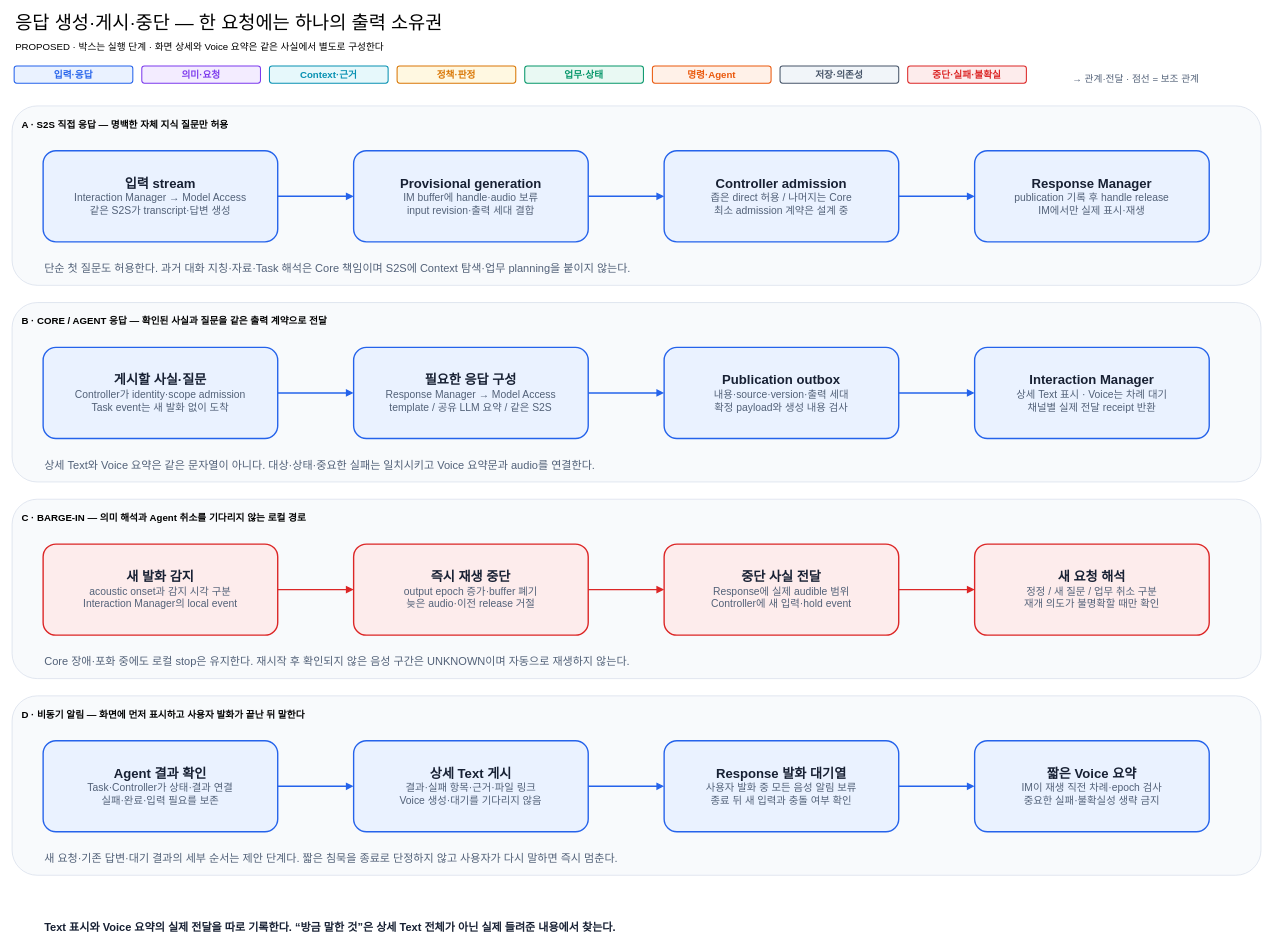
The draw.io diagram docs/architecture/12-decisions/target-architecture/diagrams/08-response-and-interruption.drawio in cbyche/via-sw-architecture, before the edit. Source tidied: cells renumbered, new cells numbered last; positions are measured from the earlier drawing's top-left corner, leaving out a move shared by most shapes. Both pictures are drawn from the tidied source at 69%, with x=0, y=0 at pixel (12, 12).
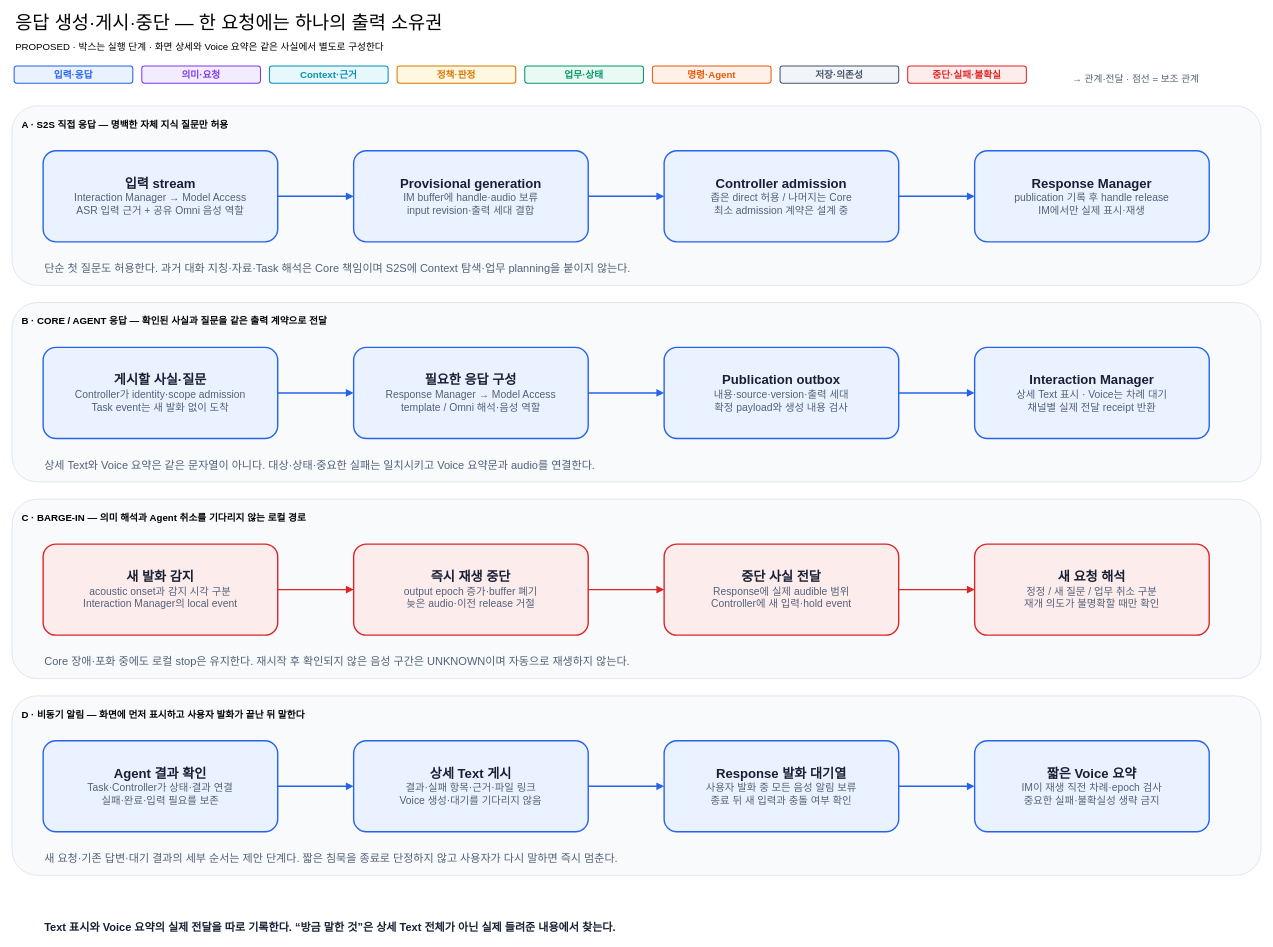
Above is the later version.

Diff of the diagram source:
```diff
@@
-    <mxCell id="6" value="&lt;div style='font-size:19px;font-weight:bold'&gt;입력 stream&lt;/div&gt;&lt;div style='font-size:15px;color:#526178'&gt;Interaction Manager → Model Access&lt;/div&gt;&lt;div style='font-size:15px;color:#526178'&gt;같은 S2S가 transcript·답변 생성&lt;/div&gt;" style="shape=rectangle;rounded=1;whiteSpace=wrap;html=1;fillColor=#EAF2FF;strokeColor=#2563EB;strokeWidth=2;fontColor=#172033;dashed=0;arcSize=14;spacing=10;" parent="1" vertex="1">
+    <mxCell id="6" value="&lt;div style='font-size:19px;font-weight:bold'&gt;입력 stream&lt;/div&gt;&lt;div style='font-size:15px;color:#526178'&gt;Interaction Manager → Model Access&lt;/div&gt;&lt;div style='font-size:15px;color:#526178'&gt;ASR 입력 근거 + 공유 Omni 음성 역할&lt;/div&gt;" style="shape=rectangle;rounded=1;whiteSpace=wrap;html=1;fillColor=#EAF2FF;strokeColor=#2563EB;strokeWidth=2;fontColor=#172033;dashed=0;arcSize=14;spacing=10;" parent="1" vertex="1">
       <mxGeometry x="45" y="200" width="340" height="132" as="geometry" />
     </mxCell>
@@
-    <mxCell id="11" value="&lt;div style='font-size:19px;font-weight:bold'&gt;필요한 응답 구성&lt;/div&gt;&lt;div style='font-size:15px;color:#526178'&gt;Response Manager → Model Access&lt;/div&gt;&lt;div style='font-size:15px;color:#526178'&gt;template / 공유 LLM 요약 / 같은 S2S&lt;/div&gt;" style="shape=rectangle;rounded=1;whiteSpace=wrap;html=1;fillColor=#EAF2FF;strokeColor=#2563EB;strokeWidth=2;fontColor=#172033;dashed=0;arcSize=14;spacing=10;" parent="1" vertex="1">
+    <mxCell id="11" value="&lt;div style='font-size:19px;font-weight:bold'&gt;필요한 응답 구성&lt;/div&gt;&lt;div style='font-size:15px;color:#526178'&gt;Response Manager → Model Access&lt;/div&gt;&lt;div style='font-size:15px;color:#526178'&gt;template / Omni 해석·음성 역할&lt;/div&gt;" style="shape=rectangle;rounded=1;whiteSpace=wrap;html=1;fillColor=#EAF2FF;strokeColor=#2563EB;strokeWidth=2;fontColor=#172033;dashed=0;arcSize=14;spacing=10;" parent="1" vertex="1">
       <mxGeometry x="495" y="485" width="340" height="132" as="geometry" />
     </mxCell>
```
